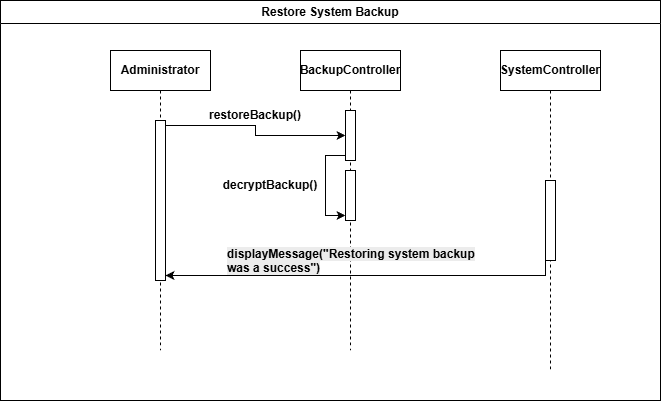
Before: Week7/restore back up sequence.png, a diagram exported from draw.io (John34263/Hospital-Administration-System). Source tidied: cells renumbered, new cells last; positions are measured from the earlier drawing's top-left corner, leaving out a move shared by most shapes. The source it was exported from:
```xml
<mxGraphModel>
  <root>
    <mxCell id="0" />
    <mxCell id="1" parent="0" />
    <mxCell id="2" value="Restore System Backup" style="swimlane;whiteSpace=wrap;html=1;swimlaneFillColor=default;startSize=23;" parent="1" vertex="1">
      <mxGeometry width="660" height="400" as="geometry" />
    </mxCell>
    <mxCell id="3" value="&lt;b&gt;SystemController&lt;/b&gt;" style="shape=umlLifeline;perimeter=lifelinePerimeter;whiteSpace=wrap;html=1;newEdgeStyle={&quot;edgeStyle&quot;:&quot;elbowEdgeStyle&quot;,&quot;elbow&quot;:&quot;vertical&quot;,&quot;curved&quot;:0,&quot;rounded&quot;:0};" parent="2" vertex="1">
      <mxGeometry x="500" y="50" width="100" height="320" as="geometry" />
    </mxCell>
    <mxCell id="4" style="html=1;points=[[0,0,0,0,5],[0,1,0,0,-5],[1,0,0,0,5],[1,1,0,0,-5]];perimeter=orthogonalPerimeter;outlineConnect=0;targetShapes=umlLifeline;portConstraint=eastwest;newEdgeStyle={&quot;curved&quot;:0,&quot;rounded&quot;:0};" parent="3" vertex="1">
      <mxGeometry x="45" y="130" width="10" height="80" as="geometry" />
    </mxCell>
    <mxCell id="5" value="&lt;b&gt;Administrator&lt;/b&gt;" style="shape=umlLifeline;perimeter=lifelinePerimeter;whiteSpace=wrap;html=1;newEdgeStyle={&quot;edgeStyle&quot;:&quot;elbowEdgeStyle&quot;,&quot;elbow&quot;:&quot;vertical&quot;,&quot;curved&quot;:0,&quot;rounded&quot;:0};" parent="2" vertex="1">
      <mxGeometry x="110" y="50" width="100" height="300" as="geometry" />
    </mxCell>
    <mxCell id="6" style="html=1;points=[[0,0,0,0,5],[0,1,0,0,-5],[1,0,0,0,5],[1,1,0,0,-5]];perimeter=orthogonalPerimeter;outlineConnect=0;targetShapes=umlLifeline;portConstraint=eastwest;newEdgeStyle={&quot;curved&quot;:0,&quot;rounded&quot;:0};" parent="5" vertex="1">
      <mxGeometry x="45" y="70" width="10" height="160" as="geometry" />
    </mxCell>
    <mxCell id="7" value="&lt;b&gt;restoreBackup()&lt;/b&gt;" style="text;html=1;whiteSpace=wrap;strokeColor=none;fillColor=none;align=center;verticalAlign=middle;rounded=0;" parent="2" vertex="1">
      <mxGeometry x="225" y="100" width="60" height="30" as="geometry" />
    </mxCell>
    <mxCell id="8" value="&lt;b&gt;decryptBackup()&lt;/b&gt;" style="text;html=1;whiteSpace=wrap;strokeColor=none;fillColor=none;align=center;verticalAlign=middle;rounded=0;" parent="2" vertex="1">
      <mxGeometry x="240" y="170" width="60" height="30" as="geometry" />
    </mxCell>
    <mxCell id="9" style="edgeStyle=orthogonalEdgeStyle;rounded=0;jettySize=auto;html=1;curved=0;exitX=0;exitY=1;exitDx=0;exitDy=-5;exitPerimeter=0;entryX=1;entryY=1;entryDx=0;entryDy=-5;entryPerimeter=0;" parent="2" edge="1" source="4" target="6">
      <mxGeometry relative="1" as="geometry">
        <Array as="points">
          <mxPoint x="545" y="275" />
        </Array>
      </mxGeometry>
    </mxCell>
    <mxCell id="10" value="&lt;b&gt;BackupController&lt;/b&gt;" style="shape=umlLifeline;perimeter=lifelinePerimeter;whiteSpace=wrap;html=1;newEdgeStyle={&quot;edgeStyle&quot;:&quot;elbowEdgeStyle&quot;,&quot;elbow&quot;:&quot;vertical&quot;,&quot;curved&quot;:0,&quot;rounded&quot;:0};" parent="1" vertex="1">
      <mxGeometry x="300" y="50" width="100" height="300" as="geometry" />
    </mxCell>
    <mxCell id="11" style="html=1;points=[[0,0,0,0,5],[0,1,0,0,-5],[1,0,0,0,5],[1,1,0,0,-5]];perimeter=orthogonalPerimeter;outlineConnect=0;targetShapes=umlLifeline;portConstraint=eastwest;newEdgeStyle={&quot;curved&quot;:0,&quot;rounded&quot;:0};" parent="10" vertex="1">
      <mxGeometry x="45" y="60" width="10" height="50" as="geometry" />
    </mxCell>
    <mxCell id="12" style="html=1;points=[[0,0,0,0,5],[0,1,0,0,-5],[1,0,0,0,5],[1,1,0,0,-5]];perimeter=orthogonalPerimeter;outlineConnect=0;targetShapes=umlLifeline;portConstraint=eastwest;newEdgeStyle={&quot;curved&quot;:0,&quot;rounded&quot;:0};" parent="10" vertex="1">
      <mxGeometry x="45" y="120" width="10" height="50" as="geometry" />
    </mxCell>
    <mxCell id="13" style="edgeStyle=orthogonalEdgeStyle;rounded=0;jettySize=auto;html=1;curved=0;exitX=0;exitY=1;exitDx=0;exitDy=-5;exitPerimeter=0;entryX=0;entryY=1;entryDx=0;entryDy=-5;entryPerimeter=0;" parent="10" edge="1" source="11" target="12">
      <mxGeometry relative="1" as="geometry" />
    </mxCell>
    <mxCell id="14" style="edgeStyle=orthogonalEdgeStyle;rounded=0;jettySize=auto;html=1;curved=0;exitX=1;exitY=0;exitDx=0;exitDy=5;exitPerimeter=0;" parent="1" edge="1" source="6" target="11">
      <mxGeometry relative="1" as="geometry" />
    </mxCell>
    <mxCell id="15" value="&lt;b style=&quot;forced-color-adjust: none; color: rgb(0, 0, 0); font-family: Helvetica; font-size: 12px; font-style: normal; font-variant-ligatures: normal; font-variant-caps: normal; letter-spacing: normal; orphans: 2; text-align: center; text-indent: 0px; text-transform: none; widows: 2; word-spacing: 0px; -webkit-text-stroke-width: 0px; white-space: normal; background-color: rgb(236, 236, 236); text-decoration-thickness: initial; text-decoration-style: initial; text-decoration-color: initial;&quot;&gt;displayMessage(&quot;Restoring system backup was a success&quot;)&lt;/b&gt;" style="text;whiteSpace=wrap;html=1;" parent="1" vertex="1">
      <mxGeometry x="225" y="240" width="250" height="40" as="geometry" />
    </mxCell>
  </root>
</mxGraphModel>
```
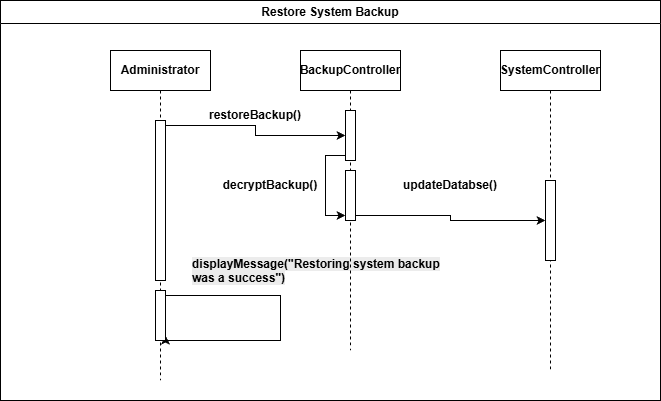
Later version of the same file.

What changed in the source:
```diff
@@ -12,7 +12,7 @@
       <mxGeometry x="45" y="130" width="10" height="80" as="geometry" />
     </mxCell>
     <mxCell id="5" value="&lt;b&gt;Administrator&lt;/b&gt;" style="shape=umlLifeline;perimeter=lifelinePerimeter;whiteSpace=wrap;html=1;newEdgeStyle={&quot;edgeStyle&quot;:&quot;elbowEdgeStyle&quot;,&quot;elbow&quot;:&quot;vertical&quot;,&quot;curved&quot;:0,&quot;rounded&quot;:0};" parent="2" vertex="1">
-      <mxGeometry x="110" y="50" width="100" height="300" as="geometry" />
+      <mxGeometry x="110" y="50" width="100" height="330" as="geometry" />
     </mxCell>
     <mxCell id="6" style="html=1;points=[[0,0,0,0,5],[0,1,0,0,-5],[1,0,0,0,5],[1,1,0,0,-5]];perimeter=orthogonalPerimeter;outlineConnect=0;targetShapes=umlLifeline;portConstraint=eastwest;newEdgeStyle={&quot;curved&quot;:0,&quot;rounded&quot;:0};" parent="5" vertex="1">
       <mxGeometry x="45" y="70" width="10" height="160" as="geometry" />
@@ -23,13 +23,24 @@
     <mxCell id="8" value="&lt;b&gt;decryptBackup()&lt;/b&gt;" style="text;html=1;whiteSpace=wrap;strokeColor=none;fillColor=none;align=center;verticalAlign=middle;rounded=0;" parent="2" vertex="1">
       <mxGeometry x="240" y="170" width="60" height="30" as="geometry" />
     </mxCell>
-    <mxCell id="9" style="edgeStyle=orthogonalEdgeStyle;rounded=0;jettySize=auto;html=1;curved=0;exitX=0;exitY=1;exitDx=0;exitDy=-5;exitPerimeter=0;entryX=1;entryY=1;entryDx=0;entryDy=-5;entryPerimeter=0;" parent="2" edge="1" source="4" target="6">
+    <mxCell id="9" style="edgeStyle=orthogonalEdgeStyle;rounded=0;orthogonalLoop=1;jettySize=auto;html=1;curved=0;exitX=1;exitY=0;exitDx=0;exitDy=5;exitPerimeter=0;entryX=1;entryY=1;entryDx=0;entryDy=-5;entryPerimeter=0;" parent="2" edge="1" source="17" target="17">
       <mxGeometry relative="1" as="geometry">
         <Array as="points">
-          <mxPoint x="545" y="275" />
+          <mxPoint x="280" y="295" />
+          <mxPoint x="280" y="340" />
+          <mxPoint x="165" y="340" />
         </Array>
       </mxGeometry>
     </mxCell>
+    <mxCell id="16" value="&lt;b&gt;updateDatabse()&lt;/b&gt;" style="text;html=1;whiteSpace=wrap;strokeColor=none;fillColor=none;align=center;verticalAlign=middle;rounded=0;" parent="2" vertex="1">
+      <mxGeometry x="420" y="170" width="60" height="30" as="geometry" />
+    </mxCell>
+    <mxCell id="17" style="html=1;points=[[0,0,0,0,5],[0,1,0,0,-5],[1,0,0,0,5],[1,1,0,0,-5]];perimeter=orthogonalPerimeter;outlineConnect=0;targetShapes=umlLifeline;portConstraint=eastwest;newEdgeStyle={&quot;curved&quot;:0,&quot;rounded&quot;:0};" parent="2" vertex="1">
+      <mxGeometry x="155" y="290" width="10" height="50" as="geometry" />
+    </mxCell>
+    <mxCell id="15" value="&lt;b style=&quot;forced-color-adjust: none; color: rgb(0, 0, 0); font-family: Helvetica; font-size: 12px; font-style: normal; font-variant-ligatures: normal; font-variant-caps: normal; letter-spacing: normal; orphans: 2; text-align: center; text-indent: 0px; text-transform: none; widows: 2; word-spacing: 0px; -webkit-text-stroke-width: 0px; white-space: normal; background-color: rgb(236, 236, 236); text-decoration-thickness: initial; text-decoration-style: initial; text-decoration-color: initial;&quot;&gt;displayMessage(&quot;Restoring system backup was a success&quot;)&lt;/b&gt;" style="text;whiteSpace=wrap;html=1;" parent="2" vertex="1">
+      <mxGeometry x="190" y="250" width="250" height="40" as="geometry" />
+    </mxCell>
     <mxCell id="10" value="&lt;b&gt;BackupController&lt;/b&gt;" style="shape=umlLifeline;perimeter=lifelinePerimeter;whiteSpace=wrap;html=1;newEdgeStyle={&quot;edgeStyle&quot;:&quot;elbowEdgeStyle&quot;,&quot;elbow&quot;:&quot;vertical&quot;,&quot;curved&quot;:0,&quot;rounded&quot;:0};" parent="1" vertex="1">
       <mxGeometry x="300" y="50" width="100" height="300" as="geometry" />
     </mxCell>
@@ -45,8 +56,8 @@
     <mxCell id="14" style="edgeStyle=orthogonalEdgeStyle;rounded=0;jettySize=auto;html=1;curved=0;exitX=1;exitY=0;exitDx=0;exitDy=5;exitPerimeter=0;" parent="1" edge="1" source="6" target="11">
       <mxGeometry relative="1" as="geometry" />
     </mxCell>
-    <mxCell id="15" value="&lt;b style=&quot;forced-color-adjust: none; color: rgb(0, 0, 0); font-family: Helvetica; font-size: 12px; font-style: normal; font-variant-ligatures: normal; font-variant-caps: normal; letter-spacing: normal; orphans: 2; text-align: center; text-indent: 0px; text-transform: none; widows: 2; word-spacing: 0px; -webkit-text-stroke-width: 0px; white-space: normal; background-color: rgb(236, 236, 236); text-decoration-thickness: initial; text-decoration-style: initial; text-decoration-color: initial;&quot;&gt;displayMessage(&quot;Restoring system backup was a success&quot;)&lt;/b&gt;" style="text;whiteSpace=wrap;html=1;" parent="1" vertex="1">
-      <mxGeometry x="225" y="240" width="250" height="40" as="geometry" />
-    </mxCell>
+    <mxCell id="18" style="edgeStyle=orthogonalEdgeStyle;rounded=0;jettySize=auto;html=1;curved=0;exitX=1;exitY=1;exitDx=0;exitDy=-5;exitPerimeter=0;" parent="1" edge="1" source="12" target="4">
+      <mxGeometry relative="1" as="geometry" />
+    </mxCell>
   </root>
 </mxGraphModel>
```
